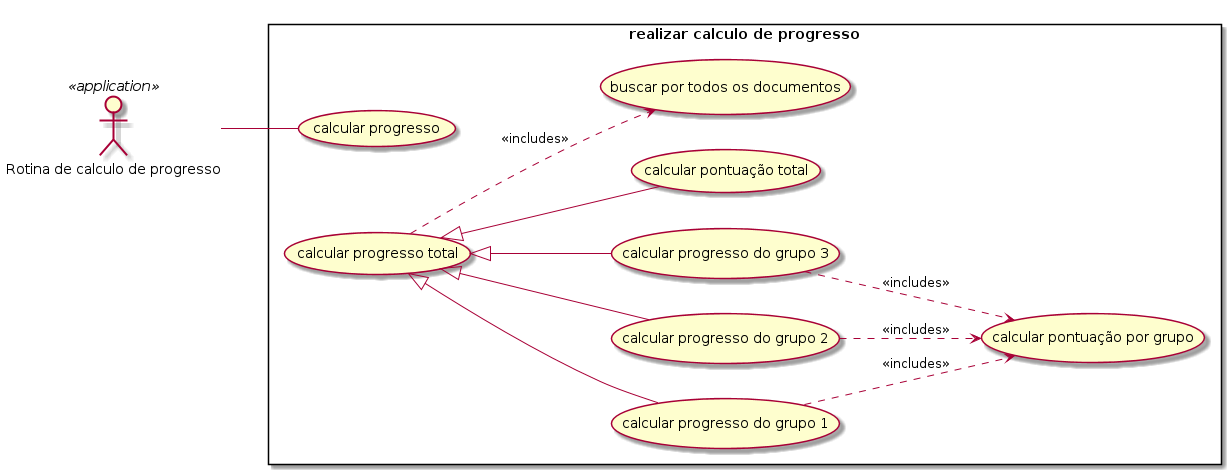
rodrigoRolim/AC-backend keeps this PlantUML diagram as usecase/Pontuacao/calcularProgresso.png. Above is the earlier version.
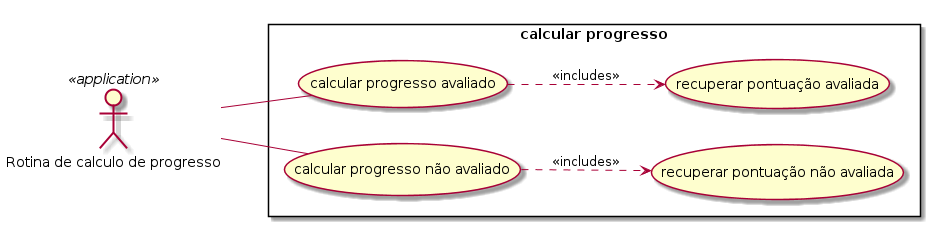
Later version of the same file.

The edit, as a diff of the source:
```diff
@@ -1,16 +1,12 @@
 @startuml
 left to right direction
 skinparam packagestyle rectangle
-:Rotina de calculo de progresso: as Progresso <<application>>
-rectangle "realizar calculo de progresso"{
-    Progresso -- (calcular progresso)
-    (calcular progresso total) <|-- (calcular progresso do grupo 1)
-    (calcular progresso total) <|-- (calcular progresso do grupo 2)
-    (calcular progresso total) <|-- (calcular progresso do grupo 3)
-    (calcular progresso total) <|-- (calcular pontuação total)
-    (calcular progresso total) ..> (buscar por todos os documentos): <<includes>>
-    (calcular progresso do grupo 1) ..> (calcular pontuação por grupo): <<includes>>
-    (calcular progresso do grupo 2) ..> (calcular pontuação por grupo): <<includes>>
-    (calcular progresso do grupo 3) ..> (calcular pontuação por grupo): <<includes>>
+:Rotina de calculo de progresso: <<application>> as progresso
+rectangle "calcular progresso" {
+  progresso -- (calcular progresso avaliado)
+  progresso -- (calcular progresso não avaliado)
+  (calcular progresso avaliado) ..> (recuperar pontuação avaliada): <<includes>>
+  (calcular progresso não avaliado) ..> (recuperar pontuação não avaliada): <<includes>>
+
 }
 @enduml
```
